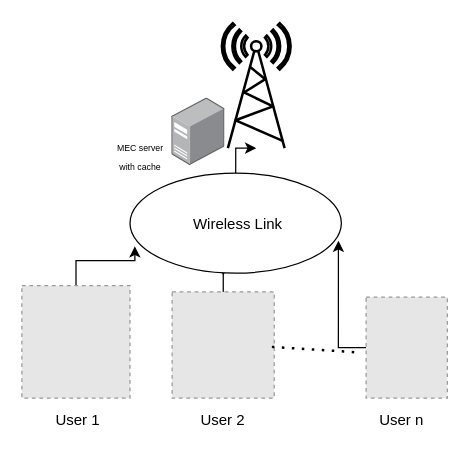
Earlier version of the draw.io diagram ICC2024.drawio (gughets/mrleo). Source tidied: cells renumbered, new cells numbered last; positions are measured from the earlier drawing's top-left corner, leaving out a move shared by most shapes. Both pictures are drawn from the tidied source at 125%, with x=0, y=0 at pixel (21, 22). Pictures stored in the file or linked from it are replaced by grey dashed boxes.
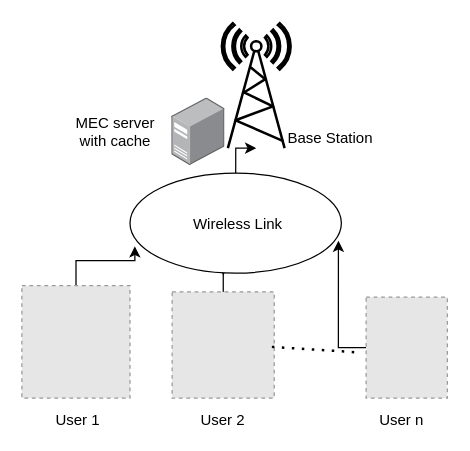
Above is the later version.

What changed in the source:
```diff
@@
 <mxGraphModel>
   <root>
     <mxCell id="0" />
     <mxCell id="1" parent="0" />
     <mxCell id="2" style="fontColor=#0066CC;verticalAlign=top;verticalLabelPosition=bottom;labelPosition=center;align=center;html=1;fillColor=#FFFFFF;strokeColor=#000000;gradientColor=none;gradientDirection=north;strokeWidth=2;shape=mxgraph.networks.radio_tower;rounded=1;shadow=0;comic=0;labelBackgroundColor=none;" parent="1" vertex="1">
       <mxGeometry x="160" width="55" height="100" as="geometry" />
     </mxCell>
     <mxCell id="3" style="image;html=1;align=center;shadow=0;dashed=0;image=img/lib/allied_telesis/computer_and_terminals/Server_Desktop.svg;" parent="1" vertex="1">
       <mxGeometry x="120" y="60" width="42.6" height="54" as="geometry" />
     </mxCell>
     <mxCell id="4" style="edgeStyle=orthogonalEdgeStyle;rounded=0;jettySize=auto;html=1;entryX=0.023;entryY=0.732;entryDx=0;entryDy=0;entryPerimeter=0;" parent="1" edge="1" source="5" target="11">
       <mxGeometry relative="1" as="geometry" />
     </mxCell>
     <mxCell id="5" style="fillColor=#E6E6E6;strokeColor=#999999;dashed=1;verticalLabelPosition=bottom;labelBackgroundColor=default;verticalAlign=top;" parent="1" vertex="1">
       <mxGeometry y="210" width="86.5" height="90" as="geometry" />
     </mxCell>
     <mxCell id="6" style="edgeStyle=orthogonalEdgeStyle;rounded=0;jettySize=auto;html=1;entryX=0.442;entryY=1.025;entryDx=0;entryDy=0;entryPerimeter=0;" parent="1" edge="1" source="7" target="11">
       <mxGeometry relative="1" as="geometry" />
     </mxCell>
     <mxCell id="7" style="fillColor=#E6E6E6;strokeColor=#999999;dashed=1;verticalLabelPosition=bottom;labelBackgroundColor=default;verticalAlign=top;" parent="1" vertex="1">
       <mxGeometry x="120.2" y="215" width="81.7" height="85" as="geometry" />
     </mxCell>
     <mxCell id="8" style="edgeStyle=orthogonalEdgeStyle;rounded=0;jettySize=auto;html=1;entryX=0.986;entryY=0.675;entryDx=0;entryDy=0;entryPerimeter=0;" parent="1" edge="1" source="9" target="11">
       <mxGeometry relative="1" as="geometry" />
     </mxCell>
     <mxCell id="9" style="fillColor=#E6E6E6;strokeColor=#999999;dashed=1;verticalLabelPosition=bottom;labelBackgroundColor=default;verticalAlign=top;" parent="1" vertex="1">
       <mxGeometry x="275.4" y="219.2" width="65" height="80.8" as="geometry" />
     </mxCell>
     <mxCell id="10" style="edgeStyle=orthogonalEdgeStyle;rounded=0;jettySize=auto;html=1;" parent="1" edge="1" source="11" target="2">
       <mxGeometry relative="1" as="geometry" />
     </mxCell>
     <mxCell id="11" style="ellipse;whiteSpace=wrap;html=1;" parent="1" vertex="1">
       <mxGeometry x="86.5" y="120" width="169.1" height="80" as="geometry" />
     </mxCell>
     <mxCell id="12" value="&lt;div&gt;Wireless Link&lt;/div&gt;&lt;div&gt;&lt;br&gt;&lt;/div&gt;" style="text;html=1;strokeColor=none;fillColor=none;align=center;verticalAlign=middle;whiteSpace=wrap;rounded=0;" parent="1" vertex="1">
       <mxGeometry x="136.1" y="145" width="73.9" height="45" as="geometry" />
     </mxCell>
-    <mxCell id="13" value="&lt;font style=&quot;font-size: 7px;&quot;&gt;MEC server&lt;br&gt;with cache&lt;/font&gt;" style="text;html=1;strokeColor=none;fillColor=none;align=center;verticalAlign=middle;whiteSpace=wrap;rounded=0;" parent="1" vertex="1">
-      <mxGeometry x="70" y="98.5" width="50" height="15.5" as="geometry" />
+    <mxCell id="13" value="&lt;font style=&quot;font-size: 12px;&quot;&gt;MEC server&lt;br&gt;with cache&lt;/font&gt;" style="text;html=1;strokeColor=none;fillColor=none;align=center;verticalAlign=middle;whiteSpace=wrap;rounded=0;" parent="1" vertex="1">
+      <mxGeometry x="30" y="79.2" width="90" height="15.5" as="geometry" />
     </mxCell>
     <mxCell id="14" value="User 1" style="text;html=1;strokeColor=none;fillColor=none;align=center;verticalAlign=middle;whiteSpace=wrap;rounded=0;" parent="1" vertex="1">
       <mxGeometry x="20" y="310" width="50" height="15.5" as="geometry" />
     </mxCell>
     <mxCell id="15" value="User 2" style="text;html=1;strokeColor=none;fillColor=none;align=center;verticalAlign=middle;whiteSpace=wrap;rounded=0;" parent="1" vertex="1">
       <mxGeometry x="136.1" y="310" width="50" height="15.5" as="geometry" />
     </mxCell>
     <mxCell id="16" value="User n" style="text;html=1;strokeColor=none;fillColor=none;align=center;verticalAlign=middle;whiteSpace=wrap;rounded=0;" parent="1" vertex="1">
       <mxGeometry x="279.2" y="310" width="50" height="15.5" as="geometry" />
     </mxCell>
     <mxCell id="17" style="endArrow=none;dashed=1;html=1;dashPattern=1 3;strokeWidth=2;rounded=0;entryX=-0.061;entryY=0.549;entryDx=0;entryDy=0;entryPerimeter=0;" parent="1" edge="1" target="9">
       <mxGeometry relative="1" as="geometry">
         <mxPoint x="200" y="259" as="sourcePoint" />
       </mxGeometry>
     </mxCell>
+    <mxCell id="18" value="Base Station" style="text;html=1;strokeColor=none;fillColor=none;align=center;verticalAlign=middle;whiteSpace=wrap;rounded=0;" parent="1" vertex="1">
+      <mxGeometry x="202" y="84.5" width="90" height="15.5" as="geometry" />
+    </mxCell>
   </root>
 </mxGraphModel>
```
